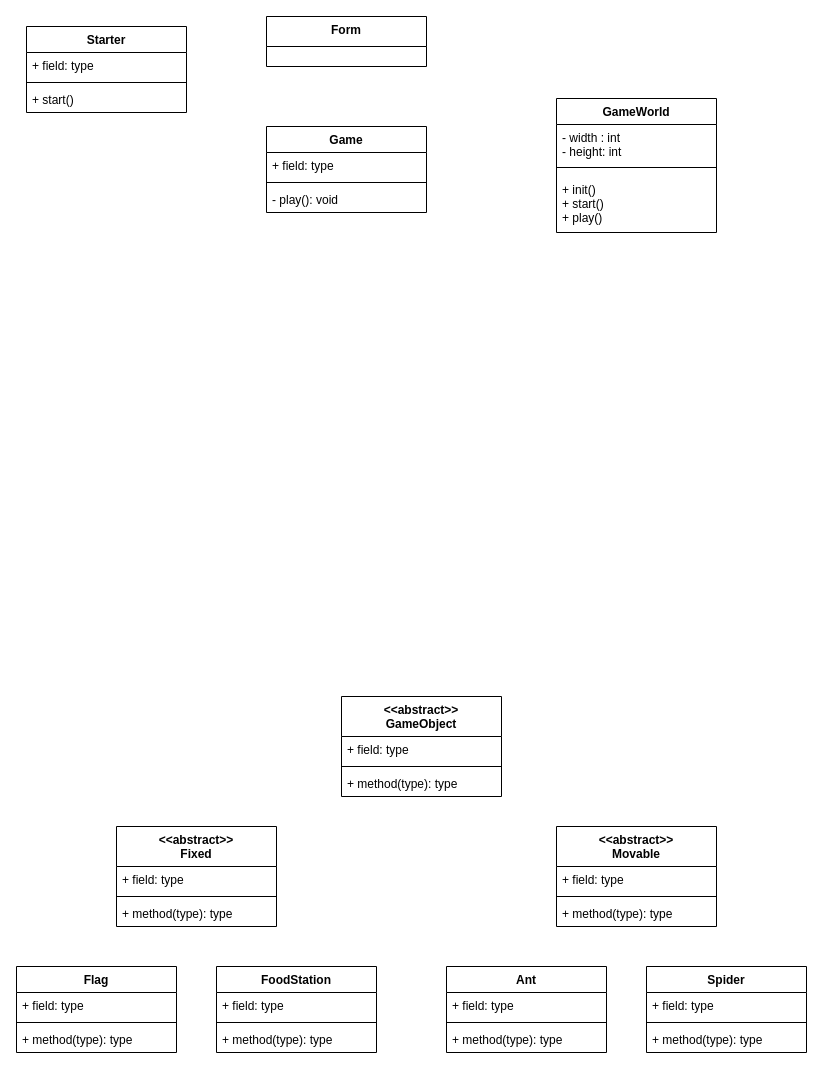
Before: A1Prj_UML.drawio in jheym/133Proj, a draw.io diagram. Source tidied: cells renumbered, new cells numbered last; positions are measured from the earlier drawing's top-left corner, leaving out a move shared by most shapes. Both pictures are drawn from the tidied source at 100%, with x=0, y=0 at pixel (16, 16).
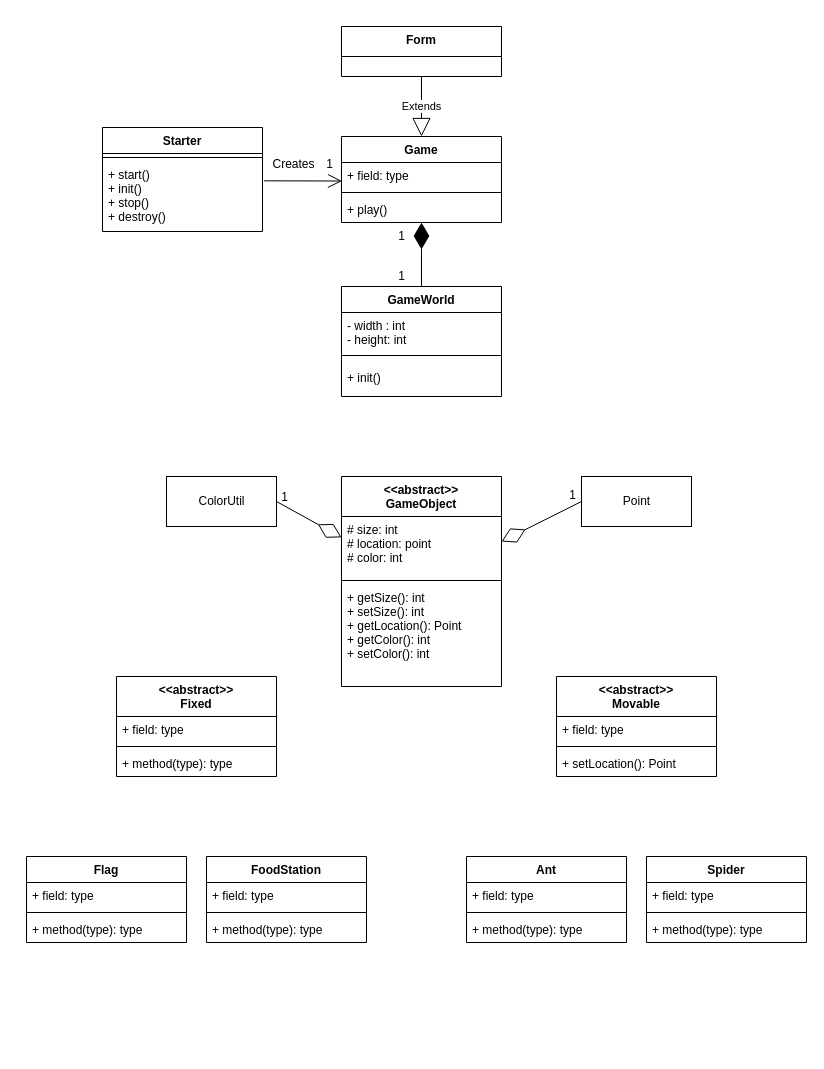
After the change.

Unchanged cells that the change refers to:
```xml
<mxCell id="36" value="+ field: type" style="text;strokeColor=none;fillColor=none;align=left;verticalAlign=top;spacingLeft=4;spacingRight=4;overflow=hidden;points=[[0,0.5],[1,0.5]];portConstraint=eastwest;" parent="35" vertex="1">
  <mxGeometry y="26" width="160" height="26" as="geometry" />
</mxCell>
```

What changed in the source:
```diff
@@
     <mxCell id="2" value="&lt;&lt;abstract&gt;&gt;&#10;GameObject" style="swimlane;fontStyle=1;align=center;verticalAlign=top;horizontal=1;startSize=40;" parent="1" vertex="1">
-      <mxGeometry x="325" y="680" width="160" height="100" as="geometry" />
+      <mxGeometry x="325" y="460" width="160" height="210" as="geometry" />
     </mxCell>
-    <mxCell id="3" value="+ field: type" style="text;strokeColor=none;fillColor=none;align=left;verticalAlign=top;spacingLeft=4;spacingRight=4;overflow=hidden;" parent="2" vertex="1">
-      <mxGeometry y="40" width="160" height="26" as="geometry" />
+    <mxCell id="3" value="# size: int&#10;# location: point&#10;# color: int&#10;&#10;" style="text;strokeColor=none;fillColor=none;align=left;verticalAlign=top;spacingLeft=4;spacingRight=4;overflow=hidden;" parent="2" vertex="1">
+      <mxGeometry y="40" width="160" height="60" as="geometry" />
     </mxCell>
     <mxCell id="4" style="line;strokeWidth=1;fillColor=none;align=left;verticalAlign=middle;spacingTop=-1;spacingLeft=3;spacingRight=3;labelPosition=right;strokeColor=inherit;" parent="2" vertex="1">
-      <mxGeometry y="66" width="160" height="8" as="geometry" />
+      <mxGeometry y="100" width="160" height="8" as="geometry" />
     </mxCell>
-    <mxCell id="5" value="+ method(type): type" style="text;strokeColor=none;fillColor=none;align=left;verticalAlign=top;spacingLeft=4;spacingRight=4;overflow=hidden;" parent="2" vertex="1">
-      <mxGeometry y="74" width="160" height="26" as="geometry" />
+    <mxCell id="5" value="+ getSize(): int&#10;+ setSize(): int&#10;+ getLocation(): Point&#10;+ getColor(): int&#10;+ setColor(): int&#10;" style="text;strokeColor=none;fillColor=none;align=left;verticalAlign=top;spacingLeft=4;spacingRight=4;overflow=hidden;" parent="2" vertex="1">
+      <mxGeometry y="108" width="160" height="102" as="geometry" />
     </mxCell>
     <mxCell id="6" value="&lt;&lt;abstract&gt;&gt;&#10;Fixed&#10;" style="swimlane;fontStyle=1;align=center;verticalAlign=top;horizontal=1;startSize=40;" parent="1" vertex="1">
-      <mxGeometry x="100" y="810" width="160" height="100" as="geometry" />
+      <mxGeometry x="100" y="660" width="160" height="100" as="geometry" />
     </mxCell>
@@
     <mxCell id="10" value="&lt;&lt;abstract&gt;&gt;&#10;Movable&#10;&#10;" style="swimlane;fontStyle=1;align=center;verticalAlign=top;horizontal=1;startSize=40;" parent="1" vertex="1">
-      <mxGeometry x="540" y="810" width="160" height="100" as="geometry" />
+      <mxGeometry x="540" y="660" width="160" height="100" as="geometry" />
     </mxCell>
@@
-    <mxCell id="13" value="+ method(type): type" style="text;strokeColor=none;fillColor=none;align=left;verticalAlign=top;spacingLeft=4;spacingRight=4;overflow=hidden;" parent="10" vertex="1">
+    <mxCell id="13" value="+ setLocation(): Point" style="text;strokeColor=none;fillColor=none;align=left;verticalAlign=top;spacingLeft=4;spacingRight=4;overflow=hidden;" parent="10" vertex="1">
       <mxGeometry y="74" width="160" height="26" as="geometry" />
     </mxCell>
     <mxCell id="14" value="Flag&#10;" style="swimlane;fontStyle=1;align=center;verticalAlign=top;horizontal=1;startSize=26;" parent="1" vertex="1">
-      <mxGeometry y="950" width="160" height="86" as="geometry" />
+      <mxGeometry x="10" y="840" width="160" height="86" as="geometry" />
     </mxCell>
@@
     <mxCell id="18" value="FoodStation&#10;" style="swimlane;fontStyle=1;align=center;verticalAlign=top;horizontal=1;startSize=26;" parent="1" vertex="1">
-      <mxGeometry x="200" y="950" width="160" height="86" as="geometry" />
+      <mxGeometry x="190" y="840" width="160" height="86" as="geometry" />
     </mxCell>
@@
     <mxCell id="22" value="Ant" style="swimlane;fontStyle=1;align=center;verticalAlign=top;horizontal=1;startSize=26;" parent="1" vertex="1">
-      <mxGeometry x="430" y="950" width="160" height="86" as="geometry" />
+      <mxGeometry x="450" y="840" width="160" height="86" as="geometry" />
     </mxCell>
@@
     <mxCell id="26" value="Spider" style="swimlane;fontStyle=1;align=center;verticalAlign=top;horizontal=1;startSize=26;" parent="1" vertex="1">
-      <mxGeometry x="630" y="950" width="160" height="86" as="geometry" />
+      <mxGeometry x="630" y="840" width="160" height="86" as="geometry" />
     </mxCell>
@@
     <mxCell id="30" value="Starter" style="swimlane;fontStyle=1;align=center;verticalAlign=top;horizontal=1;startSize=26;" parent="1" vertex="1">
-      <mxGeometry x="10" y="10" width="160" height="86" as="geometry" />
+      <mxGeometry x="86" y="111" width="160" height="104" as="geometry" />
     </mxCell>
-    <mxCell id="31" value="+ field: type" style="text;strokeColor=none;fillColor=none;align=left;verticalAlign=top;spacingLeft=4;spacingRight=4;overflow=hidden;" parent="30" vertex="1">
-      <mxGeometry y="26" width="160" height="26" as="geometry" />
-    </mxCell>
     <mxCell id="32" style="line;strokeWidth=1;fillColor=none;align=left;verticalAlign=middle;spacingTop=-1;spacingLeft=3;spacingRight=3;labelPosition=right;strokeColor=inherit;" parent="30" vertex="1">
-      <mxGeometry y="52" width="160" height="8" as="geometry" />
+      <mxGeometry y="26" width="160" height="8" as="geometry" />
     </mxCell>
-    <mxCell id="33" value="+ start()" style="text;strokeColor=none;fillColor=none;align=left;verticalAlign=top;spacingLeft=4;spacingRight=4;overflow=hidden;points=[[0,0.5],[1,0.5]];portConstraint=eastwest;" parent="30" vertex="1">
-      <mxGeometry y="60" width="160" height="26" as="geometry" />
+    <mxCell id="33" value="+ start()&#10;+ init()&#10;+ stop()&#10;+ destroy()&#10;" style="text;strokeColor=none;fillColor=none;align=left;verticalAlign=top;spacingLeft=4;spacingRight=4;overflow=hidden;points=[[0,0.5],[1,0.5]];portConstraint=eastwest;" parent="30" vertex="1">
+      <mxGeometry y="34" width="160" height="70" as="geometry" />
     </mxCell>
     <mxCell id="34" value="Form&#10;" style="swimlane;fontStyle=1;align=center;verticalAlign=top;horizontal=1;startSize=30;" parent="1" vertex="1">
-      <mxGeometry x="250" width="160" height="50" as="geometry" />
+      <mxGeometry x="325" y="10" width="160" height="50" as="geometry" />
     </mxCell>
     <mxCell id="35" value="Game" style="swimlane;fontStyle=1;align=center;verticalAlign=top;horizontal=1;startSize=26;" parent="1" vertex="1">
-      <mxGeometry x="250" y="110" width="160" height="86" as="geometry" />
+      <mxGeometry x="325" y="120" width="160" height="86" as="geometry" />
     </mxCell>
@@
-    <mxCell id="38" value="- play(): void" style="text;strokeColor=none;fillColor=none;align=left;verticalAlign=top;spacingLeft=4;spacingRight=4;overflow=hidden;" parent="35" vertex="1">
+    <mxCell id="38" value="+ play()" style="text;strokeColor=none;fillColor=none;align=left;verticalAlign=top;spacingLeft=4;spacingRight=4;overflow=hidden;" parent="35" vertex="1">
       <mxGeometry y="60" width="160" height="26" as="geometry" />
     </mxCell>
     <mxCell id="39" value="GameWorld" style="swimlane;fontStyle=1;align=center;verticalAlign=top;horizontal=1;startSize=26;" parent="1" vertex="1">
-      <mxGeometry x="540" y="82" width="160" height="134" as="geometry" />
+      <mxGeometry x="325" y="270" width="160" height="110" as="geometry" />
     </mxCell>
@@
-    <mxCell id="42" value="+ init()&#10;+ start()&#10;+ play()&#10;" style="text;strokeColor=none;fillColor=none;align=left;verticalAlign=top;spacingLeft=4;spacingRight=4;overflow=hidden;" parent="39" vertex="1">
-      <mxGeometry y="78" width="160" height="56" as="geometry" />
+    <mxCell id="42" value="+ init()" style="text;strokeColor=none;fillColor=none;align=left;verticalAlign=top;spacingLeft=4;spacingRight=4;overflow=hidden;" parent="39" vertex="1">
+      <mxGeometry y="78" width="160" height="32" as="geometry" />
     </mxCell>
+    <mxCell id="43" value="Extends" style="endArrow=block;endSize=16;endFill=0;html=1;rounded=0;entryX=0.5;entryY=0;entryDx=0;entryDy=0;exitX=0.5;exitY=1;exitDx=0;exitDy=0;" parent="1" edge="1" source="34" target="35">
+      <mxGeometry relative="1" as="geometry" />
+    </mxCell>
+    <mxCell id="44" style="endArrow=open;endFill=1;endSize=12;html=1;rounded=0;entryX=0.003;entryY=0.712;entryDx=0;entryDy=0;entryPerimeter=0;exitX=1.01;exitY=0.276;exitDx=0;exitDy=0;exitPerimeter=0;" parent="1" edge="1" source="33" target="36">
+      <mxGeometry relative="1" as="geometry" />
+    </mxCell>
+    <mxCell id="45" value="Creates" style="text;html=1;align=center;verticalAlign=middle;strokeColor=none;fillColor=none;" parent="1" vertex="1">
+      <mxGeometry x="242" y="133" width="70" height="30" as="geometry" />
+    </mxCell>
+    <mxCell id="46" value="&lt;div&gt;1&lt;/div&gt;" style="text;html=1;align=center;verticalAlign=middle;strokeColor=none;fillColor=none;" parent="1" vertex="1">
+      <mxGeometry x="298" y="133" width="30" height="30" as="geometry" />
+    </mxCell>
+    <mxCell id="47" style="endArrow=diamondThin;endFill=1;endSize=24;html=1;rounded=0;entryX=0.5;entryY=1;entryDx=0;entryDy=0;exitX=0.5;exitY=0;exitDx=0;exitDy=0;" parent="1" edge="1" source="39" target="35">
+      <mxGeometry relative="1" as="geometry" />
+    </mxCell>
+    <mxCell id="48" value="1" style="text;html=1;align=center;verticalAlign=middle;strokeColor=none;fillColor=none;" parent="1" vertex="1">
+      <mxGeometry x="370" y="205" width="30" height="30" as="geometry" />
+    </mxCell>
+    <mxCell id="49" value="1" style="text;html=1;align=center;verticalAlign=middle;strokeColor=none;fillColor=none;" parent="1" vertex="1">
+      <mxGeometry x="370" y="245" width="30" height="30" as="geometry" />
+    </mxCell>
+    <mxCell id="50" value="Point" style="html=1;" parent="1" vertex="1">
+      <mxGeometry x="565" y="460" width="110" height="50" as="geometry" />
+    </mxCell>
+    <mxCell id="51" style="endArrow=diamondThin;endFill=0;endSize=24;html=1;rounded=0;exitX=0;exitY=0.5;exitDx=0;exitDy=0;" parent="1" edge="1" source="50" target="2">
+      <mxGeometry relative="1" as="geometry" />
+    </mxCell>
+    <mxCell id="52" value="&lt;div&gt;ColorUtil&lt;/div&gt;" style="html=1;" parent="1" vertex="1">
+      <mxGeometry x="150" y="460" width="110" height="50" as="geometry" />
+    </mxCell>
+    <mxCell id="53" style="endArrow=diamondThin;endFill=0;endSize=24;html=1;rounded=0;exitX=1;exitY=0.5;exitDx=0;exitDy=0;" parent="1" edge="1" source="52" target="2">
+      <mxGeometry relative="1" as="geometry" />
+    </mxCell>
+    <mxCell id="54" value="1" style="text;html=1;align=center;verticalAlign=middle;strokeColor=none;fillColor=none;" parent="1" vertex="1">
+      <mxGeometry x="541" y="464" width="30" height="30" as="geometry" />
+    </mxCell>
+    <mxCell id="55" value="1" style="text;html=1;align=center;verticalAlign=middle;strokeColor=none;fillColor=none;" parent="1" vertex="1">
+      <mxGeometry x="253" y="466" width="30" height="30" as="geometry" />
+    </mxCell>
```
